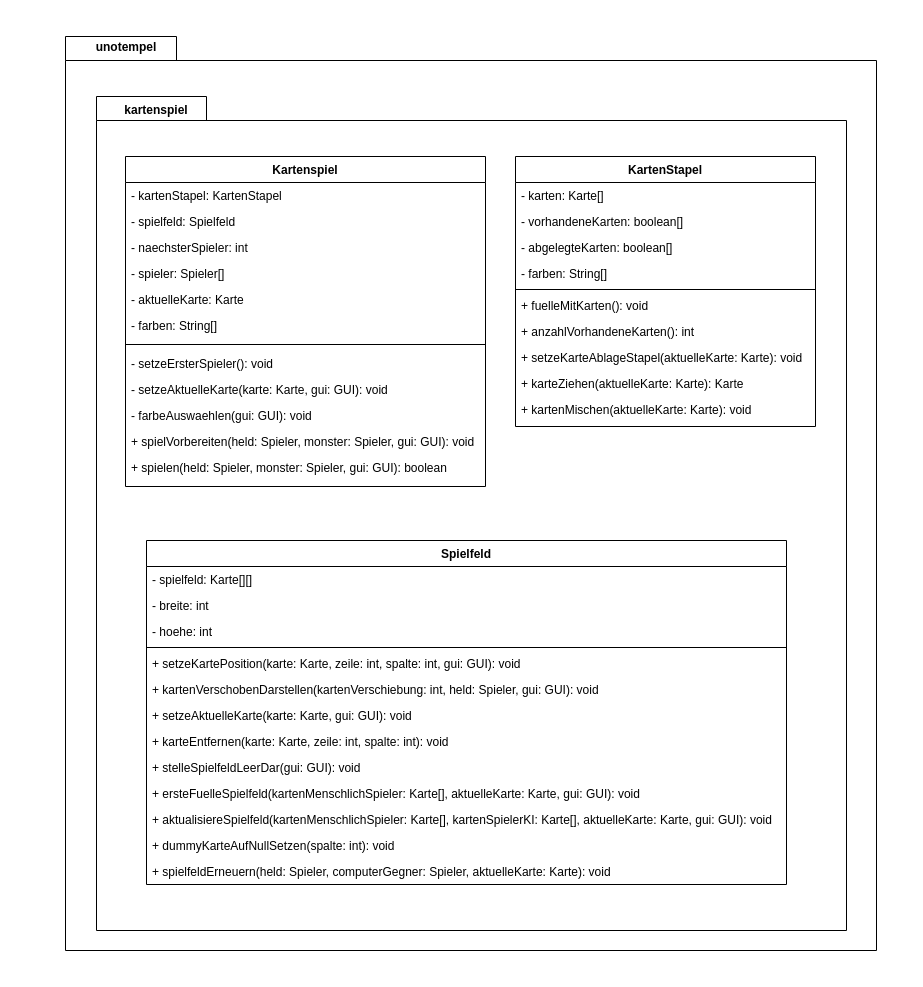
This is diagrams/IP2_unotempel_kartenspiel_kspiel-kstapel-spielfeld_complete.drawio from joshuaeinhoff/Uno-Informatikprojekt-2, a draw.io file, before an edit. Source tidied: cells renumbered, new cells numbered last; positions are measured from the earlier drawing's top-left corner, leaving out a move shared by most shapes. Both pictures are drawn from the tidied source at 100%, with x=0, y=0 at pixel (16, 16).
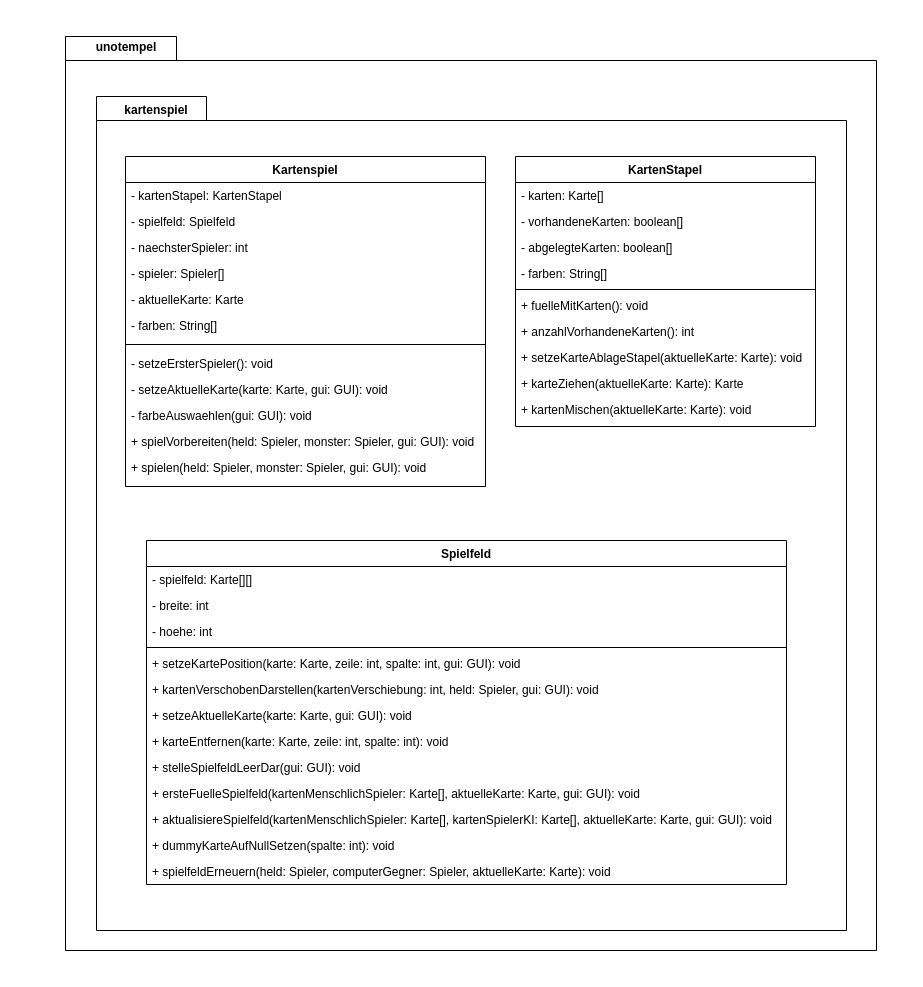
The same diagram, later.

Unchanged cells that the change refers to:
```xml
<mxCell id="20" value="Kartenspiel&#10;" style="swimlane;fontStyle=1;align=center;verticalAlign=top;horizontal=1;startSize=26;rounded=0;shadow=0;strokeWidth=1;" parent="1" vertex="1">
  <mxGeometry x="109" y="140" width="360" height="330" as="geometry" />
</mxCell>
```

Diff of the diagram source:
```diff
@@
-    <mxCell id="32" value="+ spielen(held: Spieler, monster: Spieler, gui: GUI): boolean" style="text;align=left;verticalAlign=top;spacingLeft=4;spacingRight=4;overflow=hidden;rounded=0;shadow=0;html=0;" parent="20" vertex="1">
+    <mxCell id="32" value="+ spielen(held: Spieler, monster: Spieler, gui: GUI): void" style="text;align=left;verticalAlign=top;spacingLeft=4;spacingRight=4;overflow=hidden;rounded=0;shadow=0;html=0;" parent="20" vertex="1">
       <mxGeometry y="298" width="360" height="26" as="geometry" />
     </mxCell>
```
